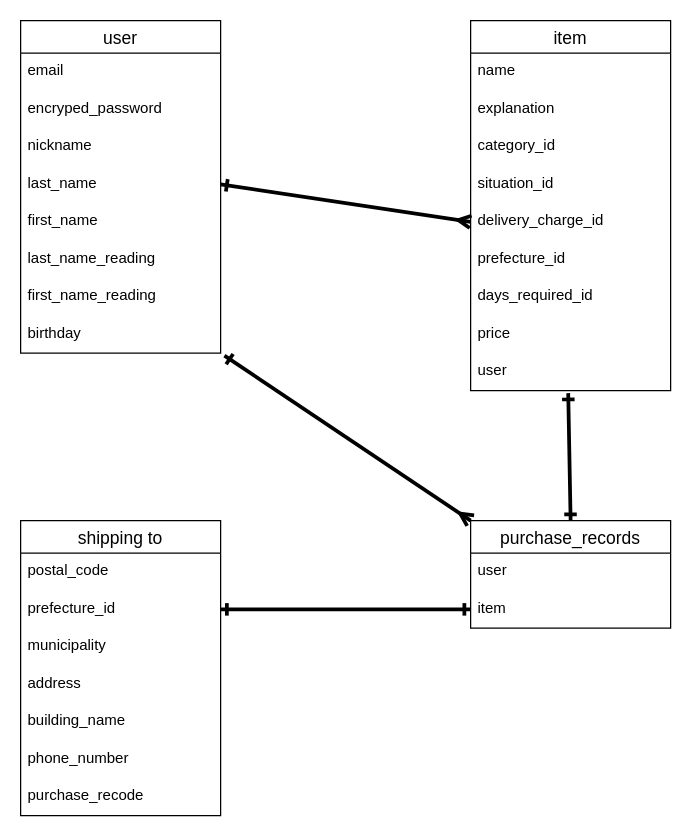
This is ER.dio from toip11/furima-38137, a draw.io file, before an edit. Source tidied: cells renumbered, new cells numbered last; positions are measured from the earlier drawing's top-left corner, leaving out a move shared by most shapes. Both pictures are drawn from the tidied source at 125%, with x=0, y=0 at pixel (20, 20).
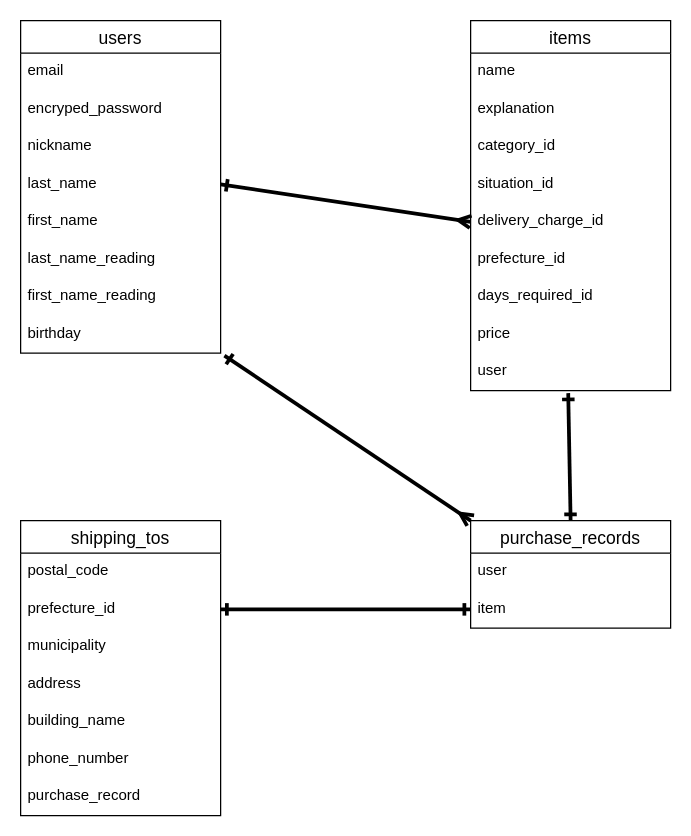
Above is the later version.

Commit message (it also covers changes not shown here):
データベース設計(修正５)

Change to the diagram source:
```diff
@@
-    <mxCell id="2" value="user" style="swimlane;fontStyle=0;horizontal=1;startSize=26;align=center;fontSize=14;" parent="1" vertex="1">
+    <mxCell id="2" value="users" style="swimlane;fontStyle=0;horizontal=1;startSize=26;align=center;fontSize=14;" parent="1" vertex="1">
       <mxGeometry width="160" height="266" as="geometry" />
     </mxCell>
@@
-    <mxCell id="11" value="item" style="swimlane;fontStyle=0;horizontal=1;startSize=26;align=center;fontSize=14;" parent="1" vertex="1">
+    <mxCell id="11" value="items" style="swimlane;fontStyle=0;horizontal=1;startSize=26;align=center;fontSize=14;" parent="1" vertex="1">
       <mxGeometry x="360" width="160" height="296" as="geometry" />
     </mxCell>
@@
-    <mxCell id="21" value="shipping to" style="swimlane;fontStyle=0;horizontal=1;startSize=26;align=center;fontSize=14;" parent="1" vertex="1">
+    <mxCell id="21" value="shipping_tos" style="swimlane;fontStyle=0;horizontal=1;startSize=26;align=center;fontSize=14;" parent="1" vertex="1">
       <mxGeometry y="400" width="160" height="236" as="geometry" />
     </mxCell>
@@
-    <mxCell id="28" value="purchase_recode" style="text;strokeColor=none;fillColor=none;spacingLeft=4;spacingRight=4;overflow=hidden;fontSize=12;" parent="21" vertex="1">
+    <mxCell id="28" value="purchase_record" style="text;strokeColor=none;fillColor=none;spacingLeft=4;spacingRight=4;overflow=hidden;fontSize=12;" parent="21" vertex="1">
       <mxGeometry y="206" width="160" height="30" as="geometry" />
     </mxCell>
```
